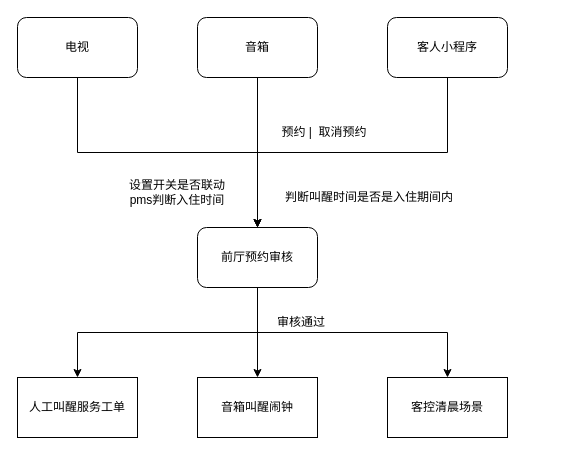
Earlier version of the draw.io diagram xzzh/叫醒服务整合.drawio (daniel-7d/draw). Source tidied: cells renumbered, new cells numbered last; positions are measured from the earlier drawing's top-left corner, leaving out a move shared by most shapes. Both pictures are drawn from the tidied source at 100%, with x=0, y=0 at pixel (17, 17).
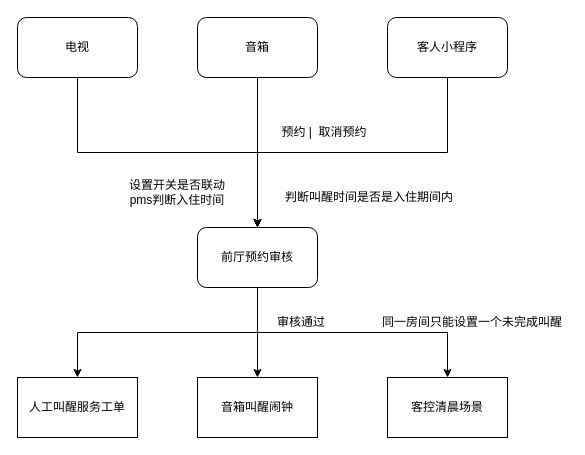
Above is the later version.

Commit message (it also covers changes not shown here):
更新叫醒服务整合.drawio

Diff of the diagram source:
```diff
@@
 <mxGraphModel>
   <root>
     <mxCell id="0" />
     <mxCell id="1" parent="0" />
     <mxCell id="2" style="edgeStyle=orthogonalEdgeStyle;rounded=0;jettySize=auto;html=1;exitX=0.5;exitY=1;exitDx=0;exitDy=0;entryX=0.5;entryY=0;entryDx=0;entryDy=0;" parent="1" edge="1" source="3" target="11">
       <mxGeometry relative="1" as="geometry" />
     </mxCell>
     <mxCell id="3" value="电视" style="rounded=1;whiteSpace=wrap;html=1;" parent="1" vertex="1">
       <mxGeometry width="120" height="60" as="geometry" />
     </mxCell>
     <mxCell id="4" style="edgeStyle=orthogonalEdgeStyle;rounded=0;jettySize=auto;html=1;exitX=0.5;exitY=1;exitDx=0;exitDy=0;entryX=0.5;entryY=0;entryDx=0;entryDy=0;" parent="1" edge="1" source="5" target="11">
       <mxGeometry relative="1" as="geometry" />
     </mxCell>
     <mxCell id="5" value="音箱" style="rounded=1;whiteSpace=wrap;html=1;" parent="1" vertex="1">
       <mxGeometry x="180" width="120" height="60" as="geometry" />
     </mxCell>
     <mxCell id="6" style="edgeStyle=orthogonalEdgeStyle;rounded=0;jettySize=auto;html=1;exitX=0.5;exitY=1;exitDx=0;exitDy=0;entryX=0.5;entryY=0;entryDx=0;entryDy=0;" parent="1" edge="1" source="7" target="11">
       <mxGeometry relative="1" as="geometry" />
     </mxCell>
     <mxCell id="7" value="客人小程序" style="rounded=1;whiteSpace=wrap;html=1;" parent="1" vertex="1">
       <mxGeometry x="370" width="120" height="60" as="geometry" />
     </mxCell>
     <mxCell id="8" style="edgeStyle=orthogonalEdgeStyle;rounded=0;jettySize=auto;html=1;exitX=0.5;exitY=1;exitDx=0;exitDy=0;entryX=0.5;entryY=0;entryDx=0;entryDy=0;" parent="1" edge="1" source="11" target="15">
       <mxGeometry relative="1" as="geometry" />
     </mxCell>
     <mxCell id="9" style="edgeStyle=orthogonalEdgeStyle;rounded=0;jettySize=auto;html=1;exitX=0.5;exitY=1;exitDx=0;exitDy=0;entryX=0.5;entryY=0;entryDx=0;entryDy=0;" parent="1" edge="1" source="11" target="16">
       <mxGeometry relative="1" as="geometry" />
     </mxCell>
     <mxCell id="10" style="edgeStyle=orthogonalEdgeStyle;rounded=0;jettySize=auto;html=1;exitX=0.5;exitY=1;exitDx=0;exitDy=0;" parent="1" edge="1" source="11" target="17">
       <mxGeometry relative="1" as="geometry" />
     </mxCell>
     <mxCell id="11" value="前厅预约审核" style="rounded=1;whiteSpace=wrap;html=1;" parent="1" vertex="1">
       <mxGeometry x="180" y="210" width="120" height="60" as="geometry" />
     </mxCell>
     <mxCell id="12" value="预约 |&amp;nbsp; 取消预约" style="text;html=1;align=center;verticalAlign=middle;whiteSpace=wrap;rounded=0;" parent="1" vertex="1">
       <mxGeometry x="254" y="100" width="106" height="30" as="geometry" />
     </mxCell>
     <mxCell id="13" value="判断叫醒时间是否是入住期间内" style="text;html=1;align=center;verticalAlign=middle;whiteSpace=wrap;rounded=0;" parent="1" vertex="1">
       <mxGeometry x="254" y="165" width="196" height="30" as="geometry" />
     </mxCell>
     <mxCell id="14" value="设置开关是否联动pms判断入住时间" style="text;html=1;align=center;verticalAlign=middle;whiteSpace=wrap;rounded=0;" parent="1" vertex="1">
       <mxGeometry x="110" y="155" width="100" height="40" as="geometry" />
     </mxCell>
     <mxCell id="15" value="人工叫醒服务工单" style="rounded=0;whiteSpace=wrap;html=1;" parent="1" vertex="1">
       <mxGeometry y="360" width="120" height="60" as="geometry" />
     </mxCell>
     <mxCell id="16" value="音箱叫醒闹钟" style="rounded=0;whiteSpace=wrap;html=1;" parent="1" vertex="1">
       <mxGeometry x="180" y="360" width="120" height="60" as="geometry" />
     </mxCell>
     <mxCell id="17" value="客控清晨场景" style="rounded=0;whiteSpace=wrap;html=1;" parent="1" vertex="1">
       <mxGeometry x="370" y="360" width="120" height="60" as="geometry" />
     </mxCell>
     <mxCell id="18" value="审核通过" style="text;html=1;align=center;verticalAlign=middle;whiteSpace=wrap;rounded=0;" parent="1" vertex="1">
       <mxGeometry x="254" y="290" width="60" height="30" as="geometry" />
     </mxCell>
+    <mxCell id="19" value="同一房间只能设置一个未完成叫醒" style="text;html=1;align=center;verticalAlign=middle;whiteSpace=wrap;rounded=0;" parent="1" vertex="1">
+      <mxGeometry x="360" y="290" width="190" height="30" as="geometry" />
+    </mxCell>
   </root>
 </mxGraphModel>
```
